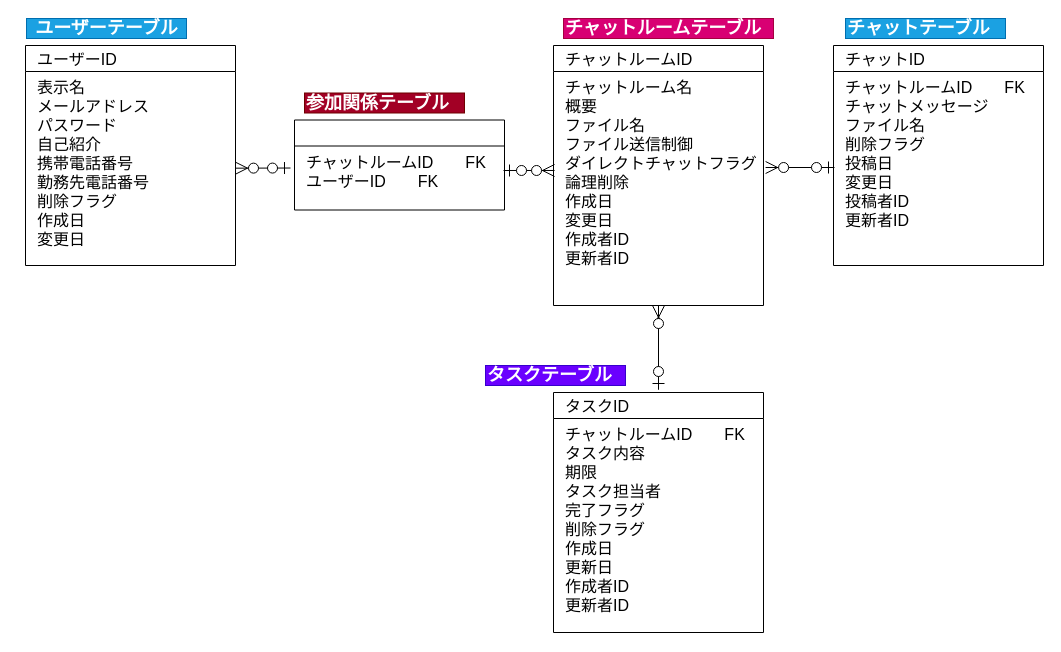
Above: db/db-challenge1/er.dio in takazumik/quelcode-db (draw.io), before the change. Source tidied: cells renumbered, new cells numbered last; positions are measured from the earlier drawing's top-left corner, leaving out a move shared by most shapes. Both pictures are drawn from the tidied source at 100%, with x=0, y=0 at pixel (25, 18).
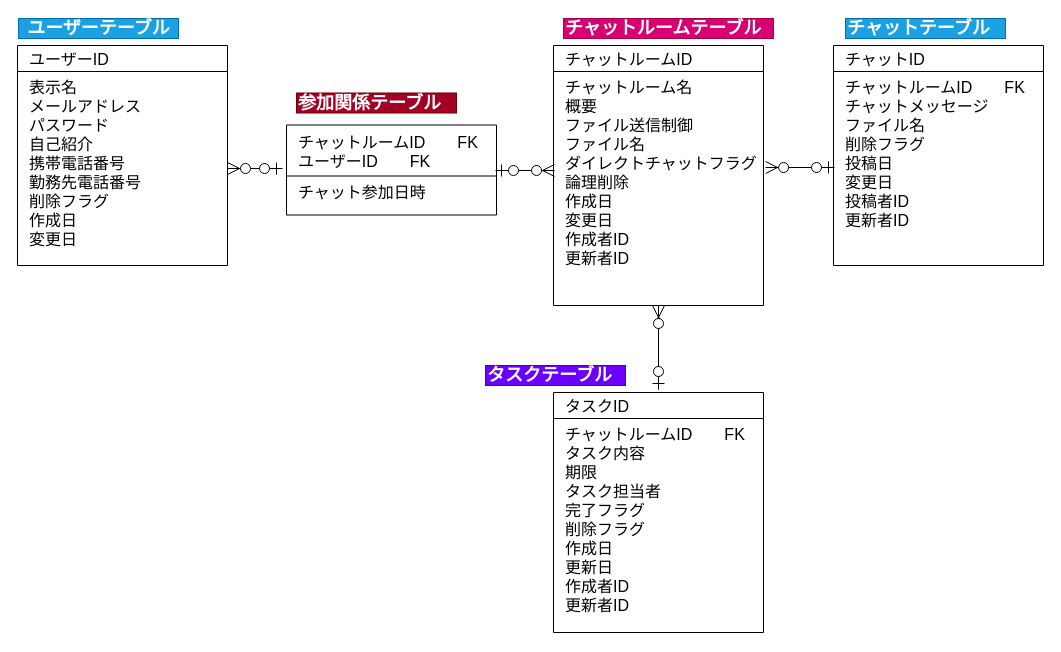
The same page after the edit.

Commit message (it also covers changes not shown here):
不要な線を削除

Unchanged cells that the change refers to:
```xml
<mxCell id="3" value="表示名&#10;メールアドレス&#10;パスワード&#10;自己紹介&#10;携帯電話番号&#10;勤務先電話番号&#10;削除フラグ&#10;作成日&#10;変更日&#10;" style="text;align=left;verticalAlign=top;spacingLeft=10;spacingRight=4;overflow=hidden;points=[[0,0.5],[1,0.5]];portConstraint=eastwest;fontSize=16;" parent="2" vertex="1">
  <mxGeometry y="26" width="210" height="194" as="geometry" />
</mxCell>
<mxCell id="12" value="チャットルームID" style="swimlane;fontStyle=0;horizontal=1;startSize=26;fillColor=none;align=left;perimeterSpacing=3;spacingLeft=10;fontSize=16;" parent="1" vertex="1">
  <mxGeometry x="528" y="27" width="210" height="260" as="geometry" />
</mxCell>
```

The edit, as a diff of the source:
```diff
@@
     <mxCell id="2" value="ユーザーID" style="swimlane;fontStyle=0;horizontal=1;startSize=26;fillColor=none;align=left;perimeterSpacing=3;spacingLeft=10;fontSize=16;" parent="1" vertex="1">
-      <mxGeometry y="27" width="210" height="220" as="geometry" />
+      <mxGeometry x="-8" y="27" width="210" height="220" as="geometry" />
     </mxCell>
@@
     <mxCell id="4" value="&lt;b&gt;&lt;font style=&quot;font-size: 18px&quot;&gt;ユーザーテーブル&lt;/font&gt;&lt;/b&gt;" style="text;html=1;align=center;verticalAlign=middle;fillColor=#1ba1e2;strokeColor=#006EAF;fontColor=#ffffff;" parent="1" vertex="1">
-      <mxGeometry x="1" width="160" height="20" as="geometry" />
+      <mxGeometry x="-7" width="160" height="20" as="geometry" />
     </mxCell>
@@
     <mxCell id="7" value="&lt;span style=&quot;font-size: 18px&quot;&gt;&lt;b&gt;参加関係テーブル&lt;/b&gt;&lt;/span&gt;" style="text;html=1;align=left;verticalAlign=middle;fillColor=#a20025;strokeColor=#6F0000;fontColor=#ffffff;" parent="1" vertex="1">
-      <mxGeometry x="279" y="74.5" width="160" height="20" as="geometry" />
+      <mxGeometry x="271" y="74.5" width="160" height="20" as="geometry" />
     </mxCell>
@@
-    <mxCell id="9" style="rounded=0;jettySize=auto;html=1;entryX=-0.019;entryY=0.344;entryDx=0;entryDy=0;entryPerimeter=0;startArrow=ERzeroToMany;startFill=1;endArrow=ERzeroToOne;endFill=1;endSize=10;startSize=10;" parent="1" edge="1" source="3" target="11">
-      <mxGeometry relative="1" as="geometry" />
+    <mxCell id="9" style="rounded=0;jettySize=auto;html=1;startArrow=ERzeroToMany;startFill=1;endArrow=ERzeroToOne;endFill=1;endSize=10;startSize=10;" parent="1" edge="1" source="3">
+      <mxGeometry relative="1" as="geometry">
+        <mxPoint x="257" y="150" as="targetPoint" />
+      </mxGeometry>
     </mxCell>
-    <mxCell id="10" style="swimlane;fontStyle=0;horizontal=1;startSize=26;fillColor=none;align=left;perimeterSpacing=3;spacingLeft=10;fontSize=16;" parent="1" vertex="1">
-      <mxGeometry x="269" y="101.5" width="210" height="90" as="geometry" />
+    <mxCell id="10" value="チャットルームID　　FK&#10;ユーザーID　　FK" style="swimlane;fontStyle=0;horizontal=1;startSize=51;fillColor=none;align=left;perimeterSpacing=3;spacingLeft=10;fontSize=16;" parent="1" vertex="1">
+      <mxGeometry x="261" y="106.5" width="210" height="90" as="geometry" />
     </mxCell>
-    <mxCell id="11" value="チャットルームID　　FK&#10;ユーザーID　　FK" style="text;strokeColor=none;fillColor=none;align=left;verticalAlign=top;spacingLeft=10;spacingRight=4;overflow=hidden;points=[[0,0.5],[1,0.5]];portConstraint=eastwest;fontSize=16;" parent="10" vertex="1">
-      <mxGeometry y="26" width="210" height="64" as="geometry" />
+    <mxCell id="11" value="チャット参加日時" style="text;strokeColor=none;fillColor=none;align=left;verticalAlign=top;spacingLeft=10;spacingRight=4;overflow=hidden;points=[[0,0.5],[1,0.5]];portConstraint=eastwest;fontSize=16;" parent="10" vertex="1">
+      <mxGeometry y="51" width="210" height="39" as="geometry" />
     </mxCell>
@@
-    <mxCell id="13" value="チャットルーム名&#10;概要&#10;ファイル名&#10;ファイル送信制御&#10;ダイレクトチャットフラグ&#10;論理削除&#10;作成日&#10;変更日&#10;作成者ID&#10;更新者ID&#10;" style="text;strokeColor=none;fillColor=none;align=left;verticalAlign=top;spacingLeft=10;spacingRight=4;overflow=hidden;points=[[0,0.5],[1,0.5]];portConstraint=eastwest;fontSize=16;" parent="12" vertex="1">
+    <mxCell id="13" value="チャットルーム名&#10;概要&#10;ファイル送信制御&#10;ファイル名&#10;ダイレクトチャットフラグ&#10;論理削除&#10;作成日&#10;変更日&#10;作成者ID&#10;更新者ID&#10;" style="text;strokeColor=none;fillColor=none;align=left;verticalAlign=top;spacingLeft=10;spacingRight=4;overflow=hidden;points=[[0,0.5],[1,0.5]];portConstraint=eastwest;fontSize=16;" parent="12" vertex="1">
       <mxGeometry y="26" width="210" height="234" as="geometry" />
     </mxCell>
     <mxCell id="14" style="rounded=0;jettySize=auto;html=1;startArrow=ERzeroToOne;startFill=1;endArrow=ERzeroToMany;endFill=1;entryX=0.005;entryY=0.423;entryDx=0;entryDy=0;entryPerimeter=0;endSize=10;startSize=10;" parent="1" edge="1" target="13">
       <mxGeometry relative="1" as="geometry">
-        <mxPoint x="478" y="152" as="sourcePoint" />
+        <mxPoint x="470" y="152" as="sourcePoint" />
       </mxGeometry>
     </mxCell>
```
